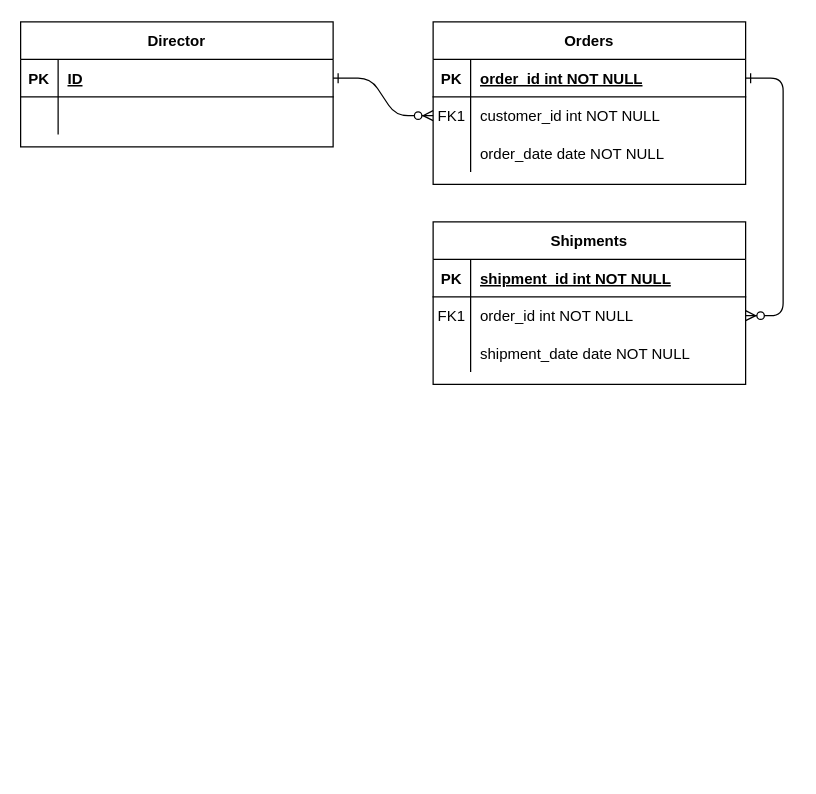
This is Untitled Diagram.drawio from ZhuoruLi/gitdraw, a draw.io file, before an edit. Source tidied: cells renumbered, new cells numbered last; positions are measured from the earlier drawing's top-left corner, leaving out a move shared by most shapes. Both pictures are drawn from the tidied source at 125%, with x=0, y=0 at pixel (20, 21).
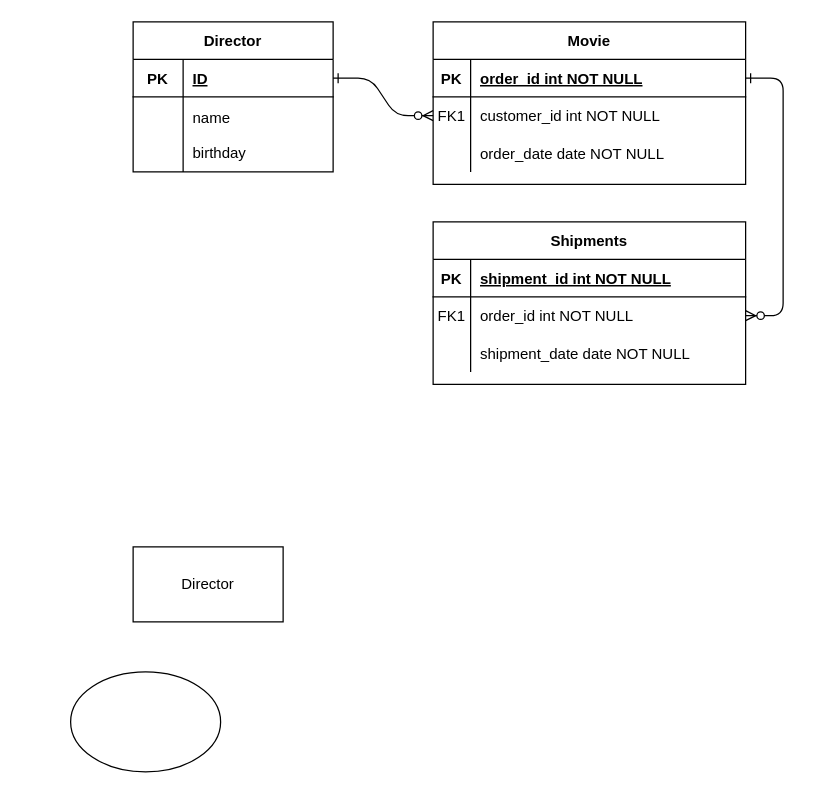
Above is the later version.

The edit, as a diff of the source:
```diff
@@
-    <mxCell id="4" value="Orders" style="shape=table;startSize=30;childLayout=tableLayout;rowLines=0;fontStyle=1;align=center;" parent="1" vertex="1">
+    <mxCell id="4" value="Movie" style="shape=table;startSize=30;childLayout=tableLayout;rowLines=0;fontStyle=1;align=center;" parent="1" vertex="1">
       <mxGeometry x="330" width="250" height="130" as="geometry" />
     </mxCell>
@@
     <mxCell id="24" value="Director" style="shape=table;startSize=30;childLayout=tableLayout;rowLines=0;fontStyle=1;align=center;" parent="1" vertex="1">
-      <mxGeometry width="250" height="100" as="geometry" />
+      <mxGeometry x="90" width="160" height="120" as="geometry" />
     </mxCell>
     <mxCell id="25" style="shape=partialRectangle;fillColor=none;points=[[0,0.5],[1,0.5]];portConstraint=eastwest;top=0;left=0;right=0;bottom=1;" parent="24" vertex="1">
-      <mxGeometry y="30" width="250" height="30" as="geometry" />
+      <mxGeometry y="30" width="160" height="30" as="geometry" />
     </mxCell>
     <mxCell id="26" value="PK" style="shape=partialRectangle;overflow=hidden;fillColor=none;top=0;left=0;bottom=0;right=0;fontStyle=1;" parent="25" vertex="1">
-      <mxGeometry width="30" height="30" as="geometry" />
+      <mxGeometry width="40" height="30" as="geometry" />
     </mxCell>
     <mxCell id="27" value="ID" style="shape=partialRectangle;overflow=hidden;fillColor=none;top=0;left=0;bottom=0;right=0;align=left;spacingLeft=6;fontStyle=5;" parent="25" vertex="1">
-      <mxGeometry x="30" width="220" height="30" as="geometry" />
+      <mxGeometry x="40" width="120" height="30" as="geometry" />
     </mxCell>
     <mxCell id="28" style="shape=partialRectangle;fillColor=none;top=0;left=0;right=0;bottom=0;" parent="24" vertex="1">
-      <mxGeometry y="60" width="250" height="30" as="geometry" />
+      <mxGeometry y="60" width="160" height="60" as="geometry" />
     </mxCell>
     <mxCell id="29" style="shape=partialRectangle;overflow=hidden;fillColor=none;top=0;left=0;bottom=0;right=0;" parent="28" vertex="1">
-      <mxGeometry width="30" height="30" as="geometry" />
+      <mxGeometry width="40" height="60" as="geometry" />
     </mxCell>
-    <mxCell id="30" style="shape=partialRectangle;overflow=hidden;fillColor=none;top=0;left=0;bottom=0;right=0;align=left;spacingLeft=6;" parent="28" vertex="1">
-      <mxGeometry x="30" width="220" height="30" as="geometry" />
+    <mxCell id="30" value="name&#10;&#10;birthday" style="shape=partialRectangle;overflow=hidden;fillColor=none;top=0;left=0;bottom=0;right=0;align=left;spacingLeft=6;" parent="28" vertex="1">
+      <mxGeometry x="40" width="120" height="60" as="geometry" />
     </mxCell>
+    <mxCell id="31" value="Director" style="rounded=0;whiteSpace=wrap;html=1;" parent="1" vertex="1">
+      <mxGeometry x="90" y="420" width="120" height="60" as="geometry" />
+    </mxCell>
+    <mxCell id="32" style="ellipse;whiteSpace=wrap;html=1;" parent="1" vertex="1">
+      <mxGeometry x="40" y="520" width="120" height="80" as="geometry" />
+    </mxCell>
```
